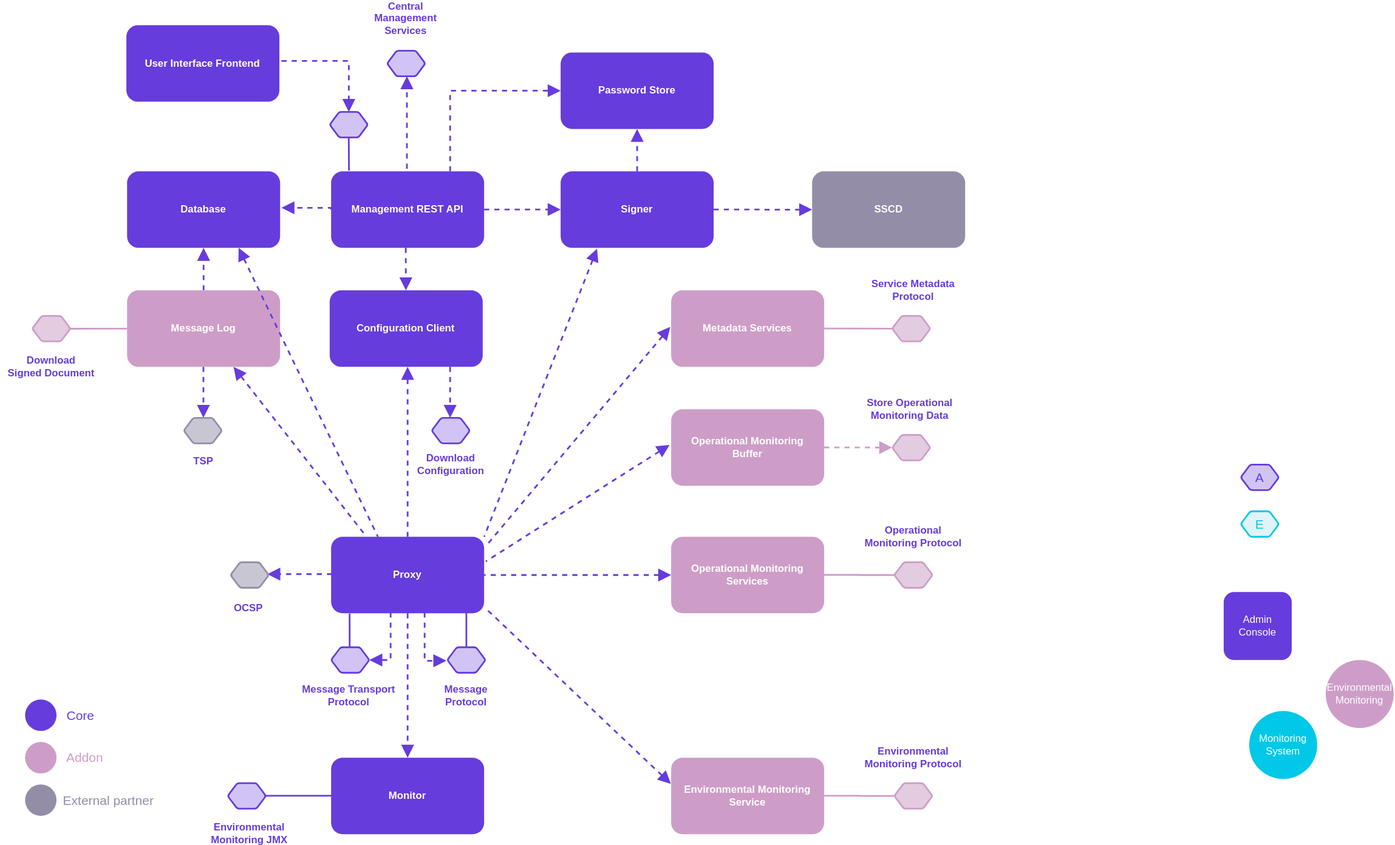
This is doc/Architecture/img/arc-ss_security_server_component_diagram.svg from nordic-institute/X-Road, a draw.io export, as it was before one commit. Source tidied: cells renumbered, new cells last; positions are measured from the earlier drawing's top-left corner, leaving out a move shared by most shapes.
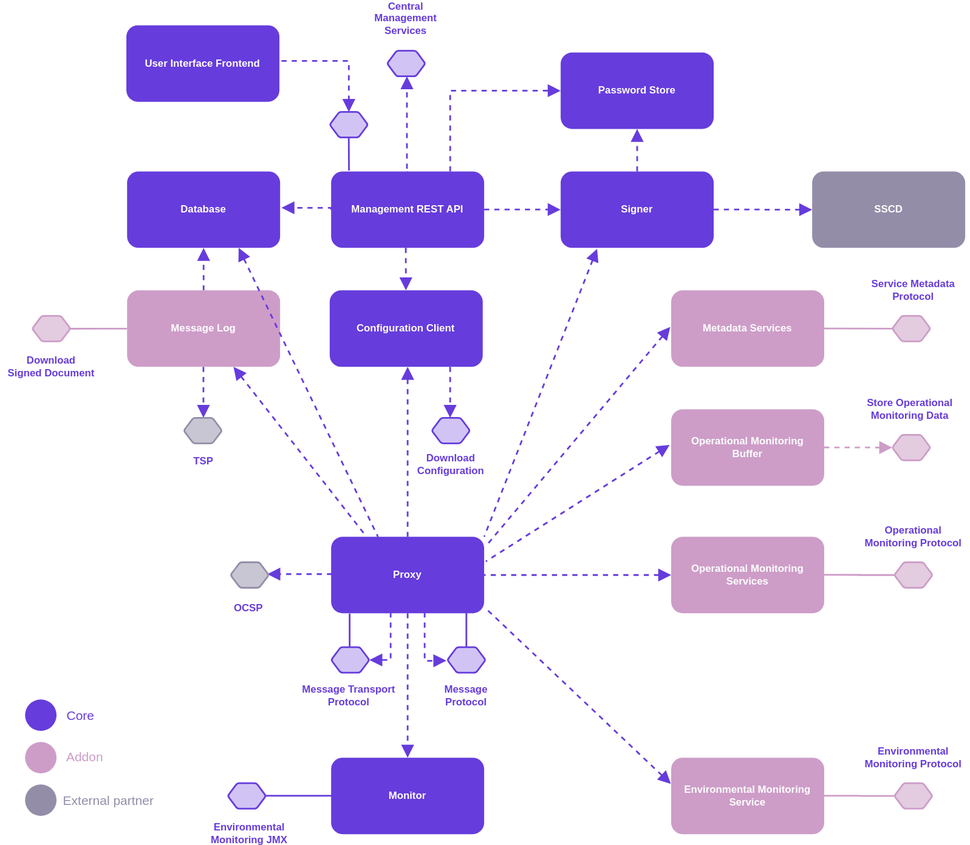
Later version of the same file.

Commit message:
XRDDEV-1223 fix diagram

Diff of the diagram source:
```diff
@@ -280,18 +280,6 @@
         </Array>
       </mxGeometry>
     </mxCell>
-    <mxCell id="45" value="&lt;font color=&quot;#663cdc&quot;&gt;A&lt;/font&gt;" style="shape=hexagon;perimeter=hexagonPerimeter2;whiteSpace=wrap;html=1;rounded=1;shadow=0;strokeColor=#663CDC;strokeWidth=2;fillColor=#D1C4F4;fontSize=15;fontColor=#FFFFFF;arcSize=5;" parent="1" vertex="1">
-      <mxGeometry x="1459" y="535" width="45" height="30" as="geometry" />
-    </mxCell>
-    <mxCell id="46" value="&lt;font color=&quot;#00c8e6&quot;&gt;E&lt;/font&gt;" style="shape=hexagon;perimeter=hexagonPerimeter2;whiteSpace=wrap;html=1;rounded=1;shadow=0;strokeColor=#00C8E6;strokeWidth=2;fontSize=15;fontColor=#FFFFFF;arcSize=5;fillColor=#E0F4F7;" parent="1" vertex="1">
-      <mxGeometry x="1459" y="590" width="45" height="30" as="geometry" />
-    </mxCell>
-    <mxCell id="47" value="&lt;font color=&quot;#ffffff&quot;&gt;&lt;span&gt;Admin Console&lt;/span&gt;&lt;/font&gt;" style="rounded=1;whiteSpace=wrap;html=1;dashed=1;strokeColor=none;strokeWidth=2;fillColor=#663CDC;" parent="1" vertex="1">
-      <mxGeometry x="1439" y="685" width="80" height="80" as="geometry" />
-    </mxCell>
-    <mxCell id="48" value="&lt;font color=&quot;#ffffff&quot;&gt;Monitoring System&lt;/font&gt;" style="rounded=1;whiteSpace=wrap;html=1;dashed=1;strokeColor=none;strokeWidth=2;fillColor=#00C8E6;arcSize=50;" parent="1" vertex="1">
-      <mxGeometry x="1469" y="825" width="80" height="80" as="geometry" />
-    </mxCell>
     <mxCell id="49" value="&lt;span style=&quot;font-weight: 700;&quot;&gt;Environmental Monitoring&lt;/span&gt;&lt;br style=&quot;font-weight: 700;&quot;&gt;&lt;span style=&quot;font-weight: 700;&quot;&gt;Service&lt;/span&gt;" style="rounded=1;whiteSpace=wrap;html=1;dashed=1;strokeColor=none;strokeWidth=2;fontColor=#FFFFFF;fillColor=#CD9DC8;" parent="1" vertex="1">
       <mxGeometry x="789" y="880" width="180" height="90" as="geometry" />
     </mxCell>
@@ -301,9 +289,6 @@
     <mxCell id="51" value="&lt;b&gt;Operational Monitoring&lt;br&gt;Buffer&lt;/b&gt;" style="rounded=1;whiteSpace=wrap;html=1;dashed=1;strokeColor=none;strokeWidth=2;fontColor=#FFFFFF;fillColor=#CD9DC8;" parent="1" vertex="1">
       <mxGeometry x="789" y="470" width="180" height="90" as="geometry" />
     </mxCell>
-    <mxCell id="52" value="&lt;font color=&quot;#ffffff&quot;&gt;&lt;span&gt;Environmental Monitoring&lt;br&gt;&lt;/span&gt;&lt;/font&gt;" style="rounded=1;whiteSpace=wrap;html=1;dashed=1;strokeColor=none;strokeWidth=2;fillColor=#CD9DC8;arcSize=50;" parent="1" vertex="1">
-      <mxGeometry x="1559" y="765" width="80" height="80" as="geometry" />
-    </mxCell>
     <mxCell id="53" value="&lt;b&gt;Metadata Services&lt;/b&gt;" style="rounded=1;whiteSpace=wrap;html=1;dashed=1;strokeColor=none;strokeWidth=2;fontColor=#FFFFFF;fillColor=#CD9DC8;" parent="1" vertex="1">
       <mxGeometry x="789" y="330" width="180" height="90" as="geometry" />
     </mxCell>
```
